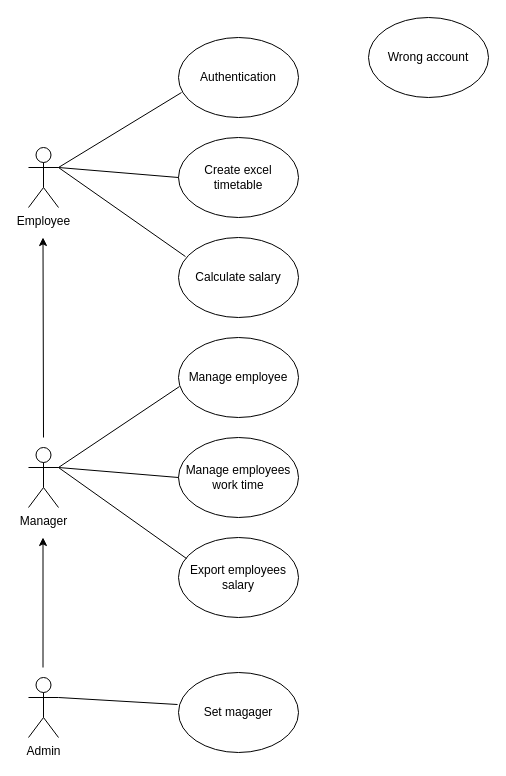
The draw.io diagram Diagram/Use Case Diagram.drawio in hakunhan/employee_management, before the edit. Source tidied: cells renumbered, new cells numbered last; positions are measured from the earlier drawing's top-left corner, leaving out a move shared by most shapes. Both pictures are drawn from the tidied source at 100%, with x=0, y=0 at pixel (28, 17).
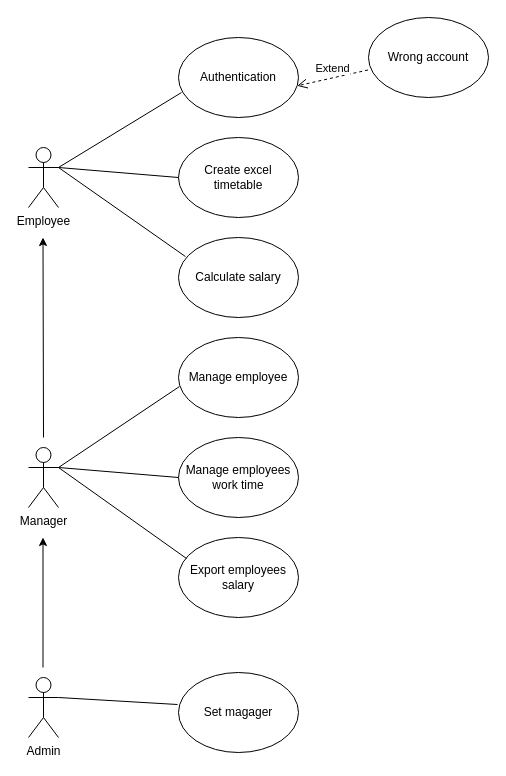
Above is the later version.

Unchanged cells that the change refers to:
```xml
<mxCell id="5" value="Authentication" style="ellipse;whiteSpace=wrap;html=1;" parent="1" vertex="1">
  <mxGeometry x="150" y="20" width="120" height="80" as="geometry" />
</mxCell>
<mxCell id="6" value="Wrong account" style="ellipse;whiteSpace=wrap;html=1;" parent="1" vertex="1">
  <mxGeometry x="340" width="120" height="80" as="geometry" />
</mxCell>
```

What changed in the source:
```diff
@@
+    <mxCell id="22" value="&lt;div&gt;Extend&lt;/div&gt;" style="html=1;verticalAlign=bottom;endArrow=open;dashed=1;endSize=8;exitX=-0.004;exitY=0.656;exitDx=0;exitDy=0;exitPerimeter=0;entryX=0.989;entryY=0.604;entryDx=0;entryDy=0;entryPerimeter=0;" parent="1" edge="1" source="6" target="5">
+      <mxGeometry relative="1" as="geometry" />
+    </mxCell>
```
